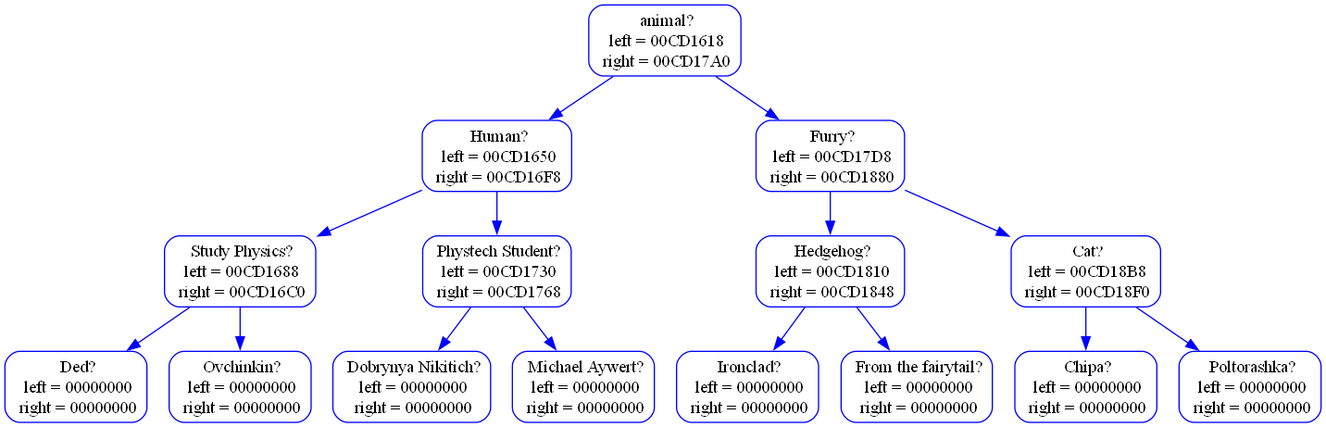
This is log_folder_acinator/acinator_graph.png from aywert/ACINATOR, a Graphviz export, as it was before one commit. Its source is kept beside it as log_folder_acinator/acinator_graph.dot.
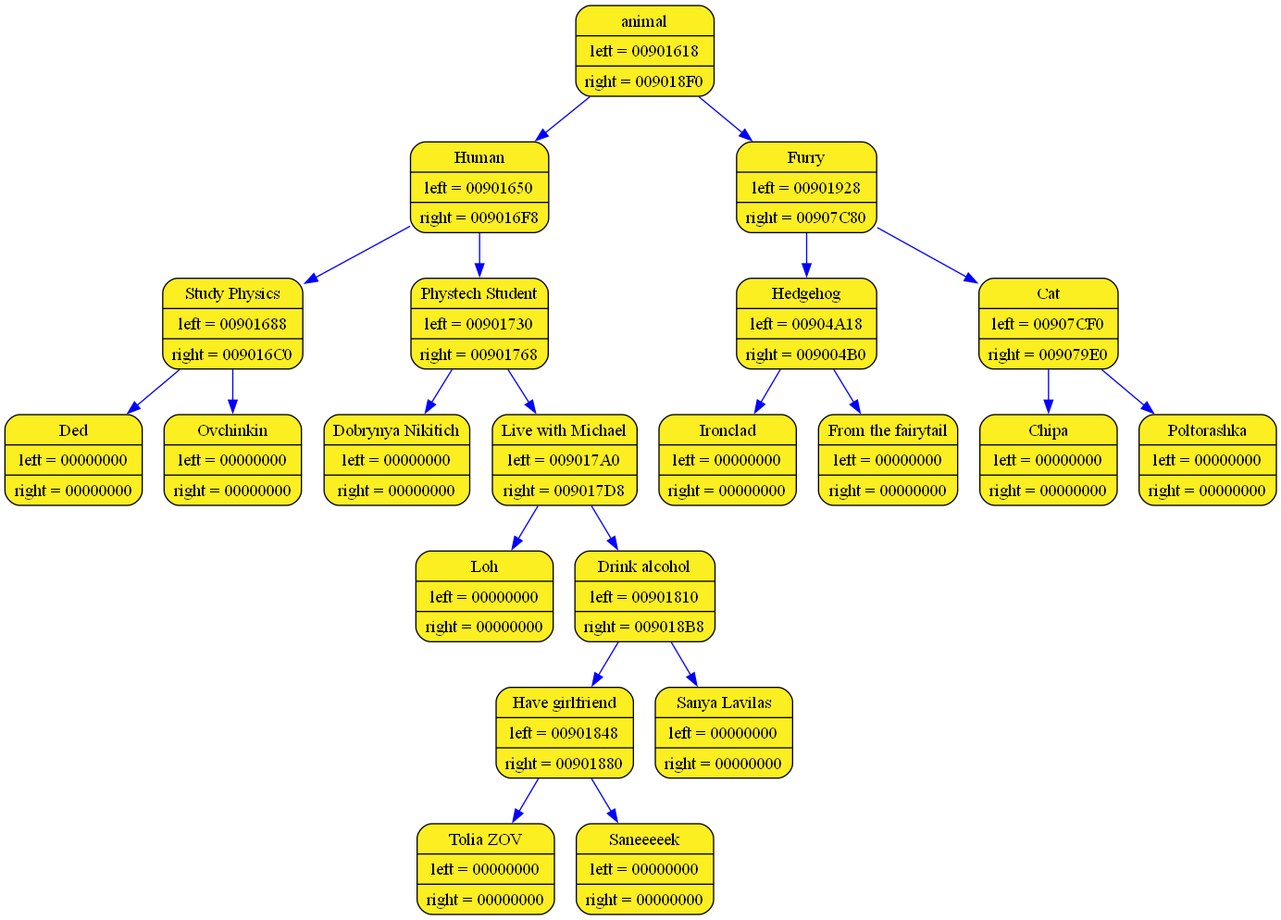
Later version of the same file.

The edit, as a diff of the source:
```diff
@@ -1,63 +1,45 @@
 digraph list
 {
 rankdir=HR;
-	13440484 [shape="rectangle", style="rounded", color="blue", label = " animal?
- left = 00CD1618
- right = 00CD17A0"];
-	13440540 [shape="rectangle", style="rounded", color="blue", label = " Human?
- left = 00CD1650
- right = 00CD16F8"];
-	13440484 -> 13440540 [color="blue"]
-	13440596 [shape="rectangle", style="rounded", color="blue", label = " Study Physics?
- left = 00CD1688
- right = 00CD16C0"];
-	13440540 -> 13440596 [color="blue"]
-	13440652 [shape="rectangle", style="rounded", color="blue", label = " Ded?
- left = 00000000
- right = 00000000"];
-	13440596 -> 13440652 [color="blue"]
-	13440708 [shape="rectangle", style="rounded", color="blue", label = " Ovchinkin?
- left = 00000000
- right = 00000000"];
-	13440596 -> 13440708 [color="blue"]
-	13440764 [shape="rectangle", style="rounded", color="blue", label = " Phystech Student?
- left = 00CD1730
- right = 00CD1768"];
-	13440540 -> 13440764 [color="blue"]
-	13440820 [shape="rectangle", style="rounded", color="blue", label = " Dobrynya Nikitich?
- left = 00000000
- right = 00000000"];
-	13440764 -> 13440820 [color="blue"]
-	13440876 [shape="rectangle", style="rounded", color="blue", label = " Michael Aywert?
- left = 00000000
- right = 00000000"];
-	13440764 -> 13440876 [color="blue"]
-	13440932 [shape="rectangle", style="rounded", color="blue", label = " Furry?
- left = 00CD17D8
- right = 00CD1880"];
-	13440484 -> 13440932 [color="blue"]
-	13440988 [shape="rectangle", style="rounded", color="blue", label = " Hedgehog?
- left = 00CD1810
- right = 00CD1848"];
-	13440932 -> 13440988 [color="blue"]
-	13441044 [shape="rectangle", style="rounded", color="blue", label = " Ironclad?
- left = 00000000
- right = 00000000"];
-	13440988 -> 13441044 [color="blue"]
-	13441100 [shape="rectangle", style="rounded", color="blue", label = " From the fairytail?
- left = 00000000
- right = 00000000"];
-	13440988 -> 13441100 [color="blue"]
-	13441156 [shape="rectangle", style="rounded", color="blue", label = " Cat?
- left = 00CD18B8
- right = 00CD18F0"];
-	13440932 -> 13441156 [color="blue"]
-	13441212 [shape="rectangle", style="rounded", color="blue", label = " Chipa?
- left = 00000000
- right = 00000000"];
-	13441156 -> 13441212 [color="blue"]
-	13441268 [shape="rectangle", style="rounded", color="blue", label = " Poltorashka?
- left = 00000000
- right = 00000000"];
-	13441156 -> 13441268 [color="blue"]
+	9442788 [shape = Mrecord; style = filled; fillcolor="#FBEE21"; color = "#000000"; fontcolor = "#000000"; label = "{ animal| left = 00901618| right = 009018F0}"];
+	9442844 [shape = Mrecord; style = filled; fillcolor="#FBEE21"; color = "#000000"; fontcolor = "#000000"; label = "{ Human| left = 00901650| right = 009016F8}"];
+	9442788 -> 9442844 [color="blue"]
+	9442900 [shape = Mrecord; style = filled; fillcolor="#FBEE21"; color = "#000000"; fontcolor = "#000000"; label = "{ Study Physics| left = 00901688| right = 009016C0}"];
+	9442844 -> 9442900 [color="blue"]
+	9442956 [shape = Mrecord; style = filled; fillcolor="#FBEE21"; color = "#000000"; fontcolor = "#000000"; label = "{ Ded| left = 00000000| right = 00000000}"];
+	9442900 -> 9442956 [color="blue"]
+	9443012 [shape = Mrecord; style = filled; fillcolor="#FBEE21"; color = "#000000"; fontcolor = "#000000"; label = "{ Ovchinkin| left = 00000000| right = 00000000}"];
+	9442900 -> 9443012 [color="blue"]
+	9443068 [shape = Mrecord; style = filled; fillcolor="#FBEE21"; color = "#000000"; fontcolor = "#000000"; label = "{ Phystech Student| left = 00901730| right = 00901768}"];
+	9442844 -> 9443068 [color="blue"]
+	9443124 [shape = Mrecord; style = filled; fillcolor="#FBEE21"; color = "#000000"; fontcolor = "#000000"; label = "{ Dobrynya Nikitich| left = 00000000| right = 00000000}"];
+	9443068 -> 9443124 [color="blue"]
+	9443180 [shape = Mrecord; style = filled; fillcolor="#FBEE21"; color = "#000000"; fontcolor = "#000000"; label = "{ Live with Michael| left = 009017A0| right = 009017D8}"];
+	9443068 -> 9443180 [color="blue"]
+	9443236 [shape = Mrecord; style = filled; fillcolor="#FBEE21"; color = "#000000"; fontcolor = "#000000"; label = "{ Loh| left = 00000000| right = 00000000}"];
+	9443180 -> 9443236 [color="blue"]
+	9443292 [shape = Mrecord; style = filled; fillcolor="#FBEE21"; color = "#000000"; fontcolor = "#000000"; label = "{ Drink alcohol| left = 00901810| right = 009018B8}"];
+	9443180 -> 9443292 [color="blue"]
+	9443348 [shape = Mrecord; style = filled; fillcolor="#FBEE21"; color = "#000000"; fontcolor = "#000000"; label = "{ Have girlfriend| left = 00901848| right = 00901880}"];
+	9443292 -> 9443348 [color="blue"]
+	9443404 [shape = Mrecord; style = filled; fillcolor="#FBEE21"; color = "#000000"; fontcolor = "#000000"; label = "{ Tolia ZOV| left = 00000000| right = 00000000}"];
+	9443348 -> 9443404 [color="blue"]
+	9443460 [shape = Mrecord; style = filled; fillcolor="#FBEE21"; color = "#000000"; fontcolor = "#000000"; label = "{ Saneeeeek| left = 00000000| right = 00000000}"];
+	9443348 -> 9443460 [color="blue"]
+	9443516 [shape = Mrecord; style = filled; fillcolor="#FBEE21"; color = "#000000"; fontcolor = "#000000"; label = "{ Sanya Lavilas| left = 00000000| right = 00000000}"];
+	9443292 -> 9443516 [color="blue"]
+	9443572 [shape = Mrecord; style = filled; fillcolor="#FBEE21"; color = "#000000"; fontcolor = "#000000"; label = "{ Furry| left = 00901928| right = 00907C80}"];
+	9442788 -> 9443572 [color="blue"]
+	9443628 [shape = Mrecord; style = filled; fillcolor="#FBEE21"; color = "#000000"; fontcolor = "#000000"; label = "{ Hedgehog| left = 00904A18| right = 009004B0}"];
+	9443572 -> 9443628 [color="blue"]
+	9456156 [shape = Mrecord; style = filled; fillcolor="#FBEE21"; color = "#000000"; fontcolor = "#000000"; label = "{ Ironclad| left = 00000000| right = 00000000}"];
+	9443628 -> 9456156 [color="blue"]
+	9438388 [shape = Mrecord; style = filled; fillcolor="#FBEE21"; color = "#000000"; fontcolor = "#000000"; label = "{ From the fairytail| left = 00000000| right = 00000000}"];
+	9443628 -> 9438388 [color="blue"]
+	9469060 [shape = Mrecord; style = filled; fillcolor="#FBEE21"; color = "#000000"; fontcolor = "#000000"; label = "{ Cat| left = 00907CF0| right = 009079E0}"];
+	9443572 -> 9469060 [color="blue"]
+	9469172 [shape = Mrecord; style = filled; fillcolor="#FBEE21"; color = "#000000"; fontcolor = "#000000"; label = "{ Chipa| left = 00000000| right = 00000000}"];
+	9469060 -> 9469172 [color="blue"]
+	9468388 [shape = Mrecord; style = filled; fillcolor="#FBEE21"; color = "#000000"; fontcolor = "#000000"; label = "{ Poltorashka| left = 00000000| right = 00000000}"];
+	9469060 -> 9468388 [color="blue"]
 	}
```
